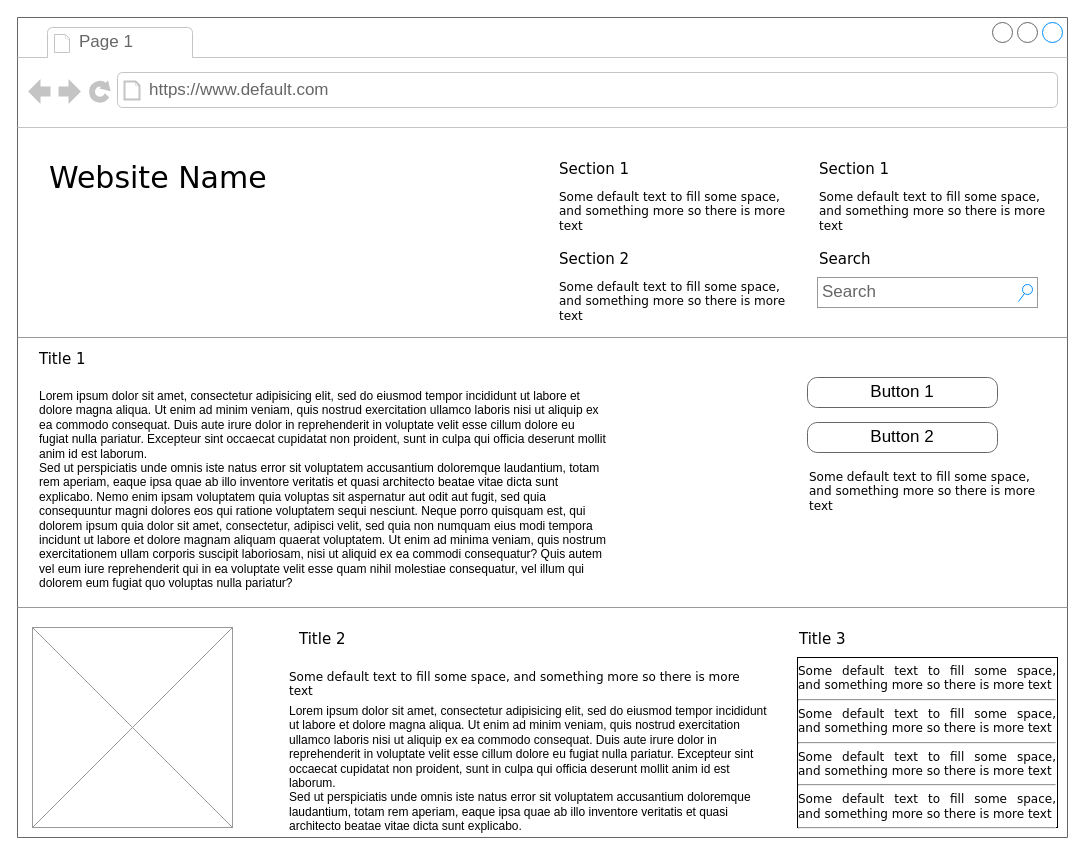
The draw.io diagram src/assets/Untitled Diagram.drawio in joannsaeou/Bob-computer-repair-app, before the edit. Source tidied: cells renumbered, new cells numbered last; positions are measured from the earlier drawing's top-left corner, leaving out a move shared by most shapes. Both pictures are drawn from the tidied source at 100%, with x=0, y=0 at pixel (17, 17).
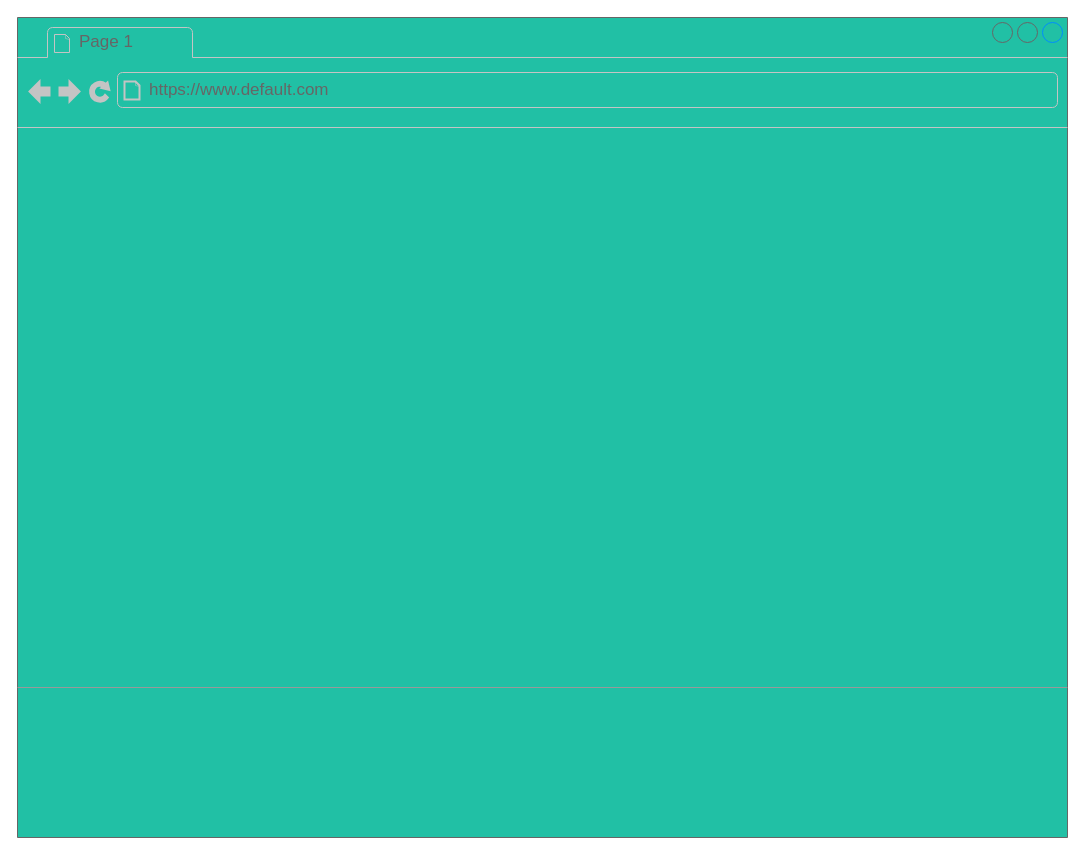
The same diagram, later.

Commit message:
prototype/sketch

What changed in the source:
```diff
@@
-    <mxCell id="2" style="strokeWidth=1;shadow=0;dashed=0;align=center;html=1;shape=mxgraph.mockup.containers.browserWindow;rSize=0;strokeColor=#666666;mainText=,;rounded=0;labelBackgroundColor=none;fontFamily=Verdana;fontSize=12;" parent="1" vertex="1">
+    <mxCell id="2" style="strokeWidth=1;shadow=0;dashed=0;align=center;html=1;shape=mxgraph.mockup.containers.browserWindow;rSize=0;strokeColor=#666666;mainText=,;rounded=0;labelBackgroundColor=none;fontFamily=Verdana;fontSize=12;fillColor=#21C0A5;" parent="1" vertex="1">
       <mxGeometry width="1050" height="820" as="geometry" />
     </mxCell>
@@
-    <mxCell id="5" value="Website Name" style="text;html=1;align=left;verticalAlign=top;spacingTop=-4;fontSize=30;fontFamily=Verdana;" parent="2" vertex="1">
-      <mxGeometry x="30" y="140" width="340" height="50" as="geometry" />
-    </mxCell>
-    <mxCell id="6" value="Section 1" style="text;html=1;align=left;verticalAlign=top;spacingTop=-4;fontSize=15;fontFamily=Verdana;" parent="2" vertex="1">
-      <mxGeometry x="540" y="140" width="170" height="30" as="geometry" />
-    </mxCell>
-    <mxCell id="7" value="Some default text to fill some space, and&amp;nbsp;&lt;span&gt;something more so there is more text&lt;/span&gt;" style="text;html=1;align=left;verticalAlign=top;spacingTop=-4;fontSize=12;fontFamily=Verdana;whiteSpace=wrap;" parent="2" vertex="1">
-      <mxGeometry x="540" y="170" width="240" height="40" as="geometry" />
-    </mxCell>
-    <mxCell id="8" value="Section 2" style="text;html=1;align=left;verticalAlign=top;spacingTop=-4;fontSize=15;fontFamily=Verdana;" parent="2" vertex="1">
-      <mxGeometry x="540" y="230" width="170" height="30" as="geometry" />
-    </mxCell>
-    <mxCell id="9" value="Some default text to fill some space, and&amp;nbsp;&lt;span&gt;something more so there is more text&lt;/span&gt;" style="text;html=1;align=left;verticalAlign=top;spacingTop=-4;fontSize=12;fontFamily=Verdana;whiteSpace=wrap;" parent="2" vertex="1">
-      <mxGeometry x="540" y="260" width="240" height="40" as="geometry" />
-    </mxCell>
-    <mxCell id="10" value="Section 1" style="text;html=1;align=left;verticalAlign=top;spacingTop=-4;fontSize=15;fontFamily=Verdana;" parent="2" vertex="1">
-      <mxGeometry x="800" y="140" width="170" height="30" as="geometry" />
-    </mxCell>
-    <mxCell id="11" value="Some default text to fill some space, and&amp;nbsp;&lt;span&gt;something more so there is more text&lt;/span&gt;" style="text;html=1;align=left;verticalAlign=top;spacingTop=-4;fontSize=12;fontFamily=Verdana;whiteSpace=wrap;" parent="2" vertex="1">
-      <mxGeometry x="800" y="170" width="240" height="40" as="geometry" />
-    </mxCell>
-    <mxCell id="12" value="Search" style="text;html=1;align=left;verticalAlign=top;spacingTop=-4;fontSize=15;fontFamily=Verdana;" parent="2" vertex="1">
-      <mxGeometry x="800" y="230" width="170" height="30" as="geometry" />
-    </mxCell>
-    <mxCell id="13" value="Search" style="strokeWidth=1;shadow=0;dashed=0;align=center;html=1;shape=mxgraph.mockup.forms.searchBox;strokeColor=#999999;mainText=;strokeColor2=#008cff;fontColor=#666666;fontSize=17;align=left;spacingLeft=3;rounded=0;labelBackgroundColor=none;" parent="2" vertex="1">
-      <mxGeometry x="800" y="260" width="220" height="30" as="geometry" />
-    </mxCell>
-    <mxCell id="14" style="verticalLabelPosition=bottom;shadow=0;dashed=0;align=center;html=1;verticalAlign=top;strokeWidth=1;shape=mxgraph.mockup.markup.line;strokeColor=#999999;rounded=0;labelBackgroundColor=none;fillColor=#ffffff;fontFamily=Verdana;fontSize=12;fontColor=#000000;" parent="2" vertex="1">
-      <mxGeometry y="310" width="1050" height="20" as="geometry" />
-    </mxCell>
-    <mxCell id="15" value="Title 1" style="text;html=1;align=left;verticalAlign=top;spacingTop=-4;fontSize=15;fontFamily=Verdana;" parent="2" vertex="1">
-      <mxGeometry x="20" y="330" width="170" height="30" as="geometry" />
-    </mxCell>
-    <mxCell id="16" value="Lorem ipsum dolor sit amet, consectetur adipisicing elit, sed do eiusmod tempor incididunt ut labore et dolore magna aliqua. Ut enim ad minim veniam, quis nostrud exercitation ullamco laboris nisi ut aliquip ex ea commodo consequat. Duis aute irure dolor in reprehenderit in voluptate velit esse cillum dolore eu fugiat nulla pariatur. Excepteur sint occaecat cupidatat non proident, sunt in culpa qui officia deserunt mollit anim id est laborum.&#10;Sed ut perspiciatis unde omnis iste natus error sit voluptatem accusantium doloremque laudantium, totam rem aperiam, eaque ipsa quae ab illo inventore veritatis et quasi architecto beatae vitae dicta sunt explicabo. Nemo enim ipsam voluptatem quia voluptas sit aspernatur aut odit aut fugit, sed quia consequuntur magni dolores eos qui ratione voluptatem sequi nesciunt. Neque porro quisquam est, qui dolorem ipsum quia dolor sit amet, consectetur, adipisci velit, sed quia non numquam eius modi tempora incidunt ut labore et dolore magnam aliquam quaerat voluptatem. Ut enim ad minima veniam, quis nostrum exercitationem ullam corporis suscipit laboriosam, nisi ut aliquid ex ea commodi consequatur? Quis autem vel eum iure reprehenderit qui in ea voluptate velit esse quam nihil molestiae consequatur, vel illum qui dolorem eum fugiat quo voluptas nulla pariatur?" style="text;spacingTop=-5;whiteSpace=wrap;html=1;align=left;fontSize=12;fontFamily=Helvetica;fillColor=none;strokeColor=none;rounded=0;shadow=1;labelBackgroundColor=none;" parent="2" vertex="1">
-      <mxGeometry x="20" y="370" width="570" height="240" as="geometry" />
-    </mxCell>
-    <mxCell id="17" value="Button 1" style="strokeWidth=1;shadow=0;dashed=0;align=center;html=1;shape=mxgraph.mockup.buttons.button;strokeColor=#666666;mainText=;buttonStyle=round;fontSize=17;fontStyle=0;fillColor=none;whiteSpace=wrap;rounded=0;labelBackgroundColor=none;" parent="2" vertex="1">
-      <mxGeometry x="790" y="360" width="190" height="30" as="geometry" />
-    </mxCell>
-    <mxCell id="18" value="Button 2" style="strokeWidth=1;shadow=0;dashed=0;align=center;html=1;shape=mxgraph.mockup.buttons.button;strokeColor=#666666;mainText=;buttonStyle=round;fontSize=17;fontStyle=0;fillColor=none;whiteSpace=wrap;rounded=0;labelBackgroundColor=none;" parent="2" vertex="1">
-      <mxGeometry x="790" y="405" width="190" height="30" as="geometry" />
-    </mxCell>
-    <mxCell id="19" value="Some default text to fill some space, and&amp;nbsp;&lt;span&gt;something more so there is more text&lt;/span&gt;" style="text;html=1;align=left;verticalAlign=top;spacingTop=-4;fontSize=12;fontFamily=Verdana;whiteSpace=wrap;" parent="2" vertex="1">
-      <mxGeometry x="790" y="450" width="240" height="40" as="geometry" />
-    </mxCell>
     <mxCell id="20" style="verticalLabelPosition=bottom;shadow=0;dashed=0;align=center;html=1;verticalAlign=top;strokeWidth=1;shape=mxgraph.mockup.markup.line;strokeColor=#999999;rounded=0;labelBackgroundColor=none;fillColor=#ffffff;fontFamily=Verdana;fontSize=12;fontColor=#000000;" parent="2" vertex="1">
-      <mxGeometry y="580" width="1050" height="20" as="geometry" />
+      <mxGeometry y="660" width="1050" height="20" as="geometry" />
     </mxCell>
-    <mxCell id="21" style="verticalLabelPosition=bottom;shadow=0;dashed=0;align=center;html=1;verticalAlign=top;strokeWidth=1;shape=mxgraph.mockup.graphics.simpleIcon;strokeColor=#999999;fillColor=#ffffff;rounded=0;labelBackgroundColor=none;fontFamily=Verdana;fontSize=12;fontColor=#000000;" parent="2" vertex="1">
-      <mxGeometry x="15" y="610" width="200" height="200" as="geometry" />
-    </mxCell>
-    <mxCell id="22" value="Title 2" style="text;html=1;align=left;verticalAlign=top;spacingTop=-4;fontSize=15;fontFamily=Verdana;" parent="2" vertex="1">
-      <mxGeometry x="280" y="610" width="170" height="30" as="geometry" />
-    </mxCell>
-    <mxCell id="23" value="Title 3" style="text;html=1;align=left;verticalAlign=top;spacingTop=-4;fontSize=15;fontFamily=Verdana;" parent="2" vertex="1">
-      <mxGeometry x="780" y="610" width="170" height="30" as="geometry" />
-    </mxCell>
-    <mxCell id="24" value="&lt;div style=&quot;text-align: justify&quot;&gt;&lt;span&gt;Some default text to fill some space, and&amp;nbsp;&lt;/span&gt;&lt;span&gt;something more so there is more text&lt;/span&gt;&lt;/div&gt;&lt;div style=&quot;text-align: justify&quot;&gt;&lt;hr id=&quot;null&quot; style=&quot;text-align: justify&quot;&gt;&lt;span&gt;&lt;div style=&quot;text-align: justify&quot;&gt;&lt;span&gt;Some default text to fill some space, and&amp;nbsp;&lt;/span&gt;&lt;span&gt;something more so there is more text&lt;/span&gt;&lt;/div&gt;&lt;/span&gt;&lt;/div&gt;&lt;hr id=&quot;null&quot; style=&quot;text-align: justify&quot;&gt;&lt;span&gt;&lt;div style=&quot;text-align: justify&quot;&gt;&lt;span&gt;Some default text to fill some space, and&amp;nbsp;&lt;/span&gt;&lt;span&gt;something more so there is more text&lt;/span&gt;&lt;/div&gt;&lt;/span&gt;&lt;hr id=&quot;null&quot; style=&quot;text-align: justify&quot;&gt;&lt;span&gt;&lt;div style=&quot;text-align: justify&quot;&gt;&lt;span&gt;Some default text to fill some space, and&amp;nbsp;&lt;/span&gt;&lt;span&gt;something more so there is more text&lt;/span&gt;&lt;/div&gt;&lt;/span&gt;&lt;hr id=&quot;null&quot; style=&quot;text-align: left&quot;&gt;" style="whiteSpace=wrap;html=1;rounded=0;shadow=0;labelBackgroundColor=none;strokeWidth=1;fontFamily=Verdana;fontSize=12;align=center;verticalAlign=top;" parent="2" vertex="1">
-      <mxGeometry x="780" y="640" width="260" height="170" as="geometry" />
-    </mxCell>
-    <mxCell id="25" value="Some default text to fill some space, and&amp;nbsp;&lt;span&gt;something more so there is more text&lt;/span&gt;" style="text;html=1;align=left;verticalAlign=top;spacingTop=-4;fontSize=12;fontFamily=Verdana;whiteSpace=wrap;" parent="2" vertex="1">
-      <mxGeometry x="270" y="650" width="470" height="40" as="geometry" />
-    </mxCell>
-    <mxCell id="26" value="Lorem ipsum dolor sit amet, consectetur adipisicing elit, sed do eiusmod tempor incididunt ut labore et dolore magna aliqua. Ut enim ad minim veniam, quis nostrud exercitation ullamco laboris nisi ut aliquip ex ea commodo consequat. Duis aute irure dolor in reprehenderit in voluptate velit esse cillum dolore eu fugiat nulla pariatur. Excepteur sint occaecat cupidatat non proident, sunt in culpa qui officia deserunt mollit anim id est laborum.&lt;br&gt;Sed ut perspiciatis unde omnis iste natus error sit voluptatem accusantium doloremque laudantium, totam rem aperiam, eaque ipsa quae ab illo inventore veritatis et quasi architecto beatae vitae dicta sunt explicabo.&amp;nbsp;" style="text;spacingTop=-5;whiteSpace=wrap;html=1;align=left;fontSize=12;fontFamily=Helvetica;fillColor=none;strokeColor=none;rounded=0;shadow=1;labelBackgroundColor=none;" parent="1" vertex="1">
-      <mxGeometry x="270" y="685" width="490" height="125" as="geometry" />
-    </mxCell>
```
